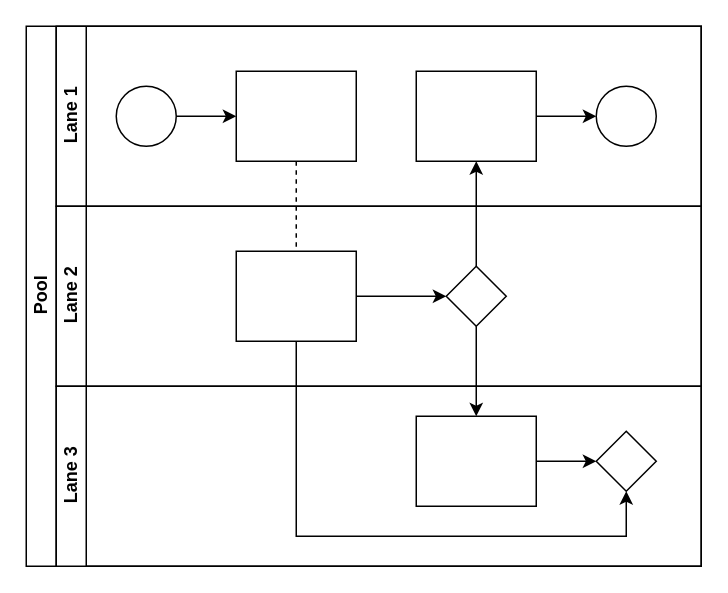
The draw.io diagram Untitled Diagram.drawio in kevinlvhsl/aframe, before the edit. Source tidied: cells renumbered, new cells numbered last; positions are measured from the earlier drawing's top-left corner, leaving out a move shared by most shapes. Both pictures are drawn from the tidied source at 150%, with x=0, y=0 at pixel (26, 26).
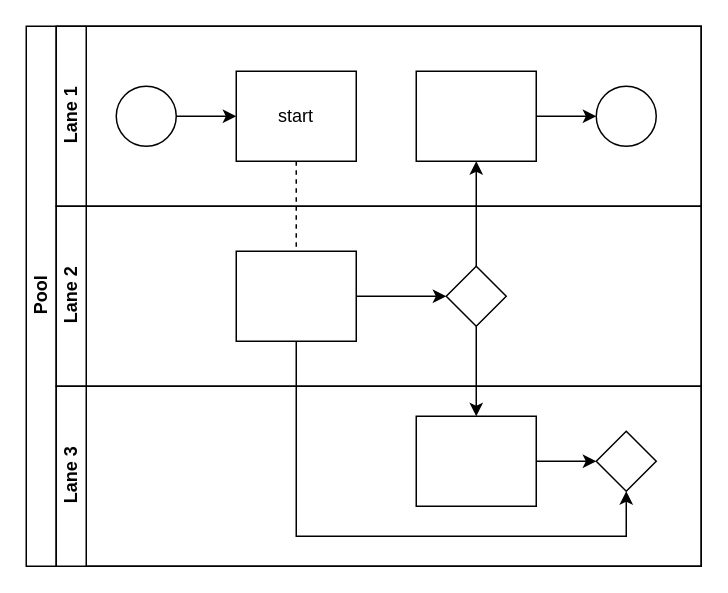
After the change.

The change refers to these unchanged cells:
```xml
<mxCell id="7" value="Lane 1" style="swimlane;html=1;startSize=20;horizontal=0;" parent="2" vertex="1">
  <mxGeometry x="20" width="430" height="120" as="geometry" />
</mxCell>
```

The edit, as a diff of the source:
```diff
@@
-    <mxCell id="10" style="rounded=0;whiteSpace=wrap;html=1;fontFamily=Helvetica;fontSize=12;fontColor=#000000;align=center;" parent="7" vertex="1">
+    <mxCell id="10" value="start" style="rounded=0;whiteSpace=wrap;html=1;fontFamily=Helvetica;fontSize=12;fontColor=#000000;align=center;" parent="7" vertex="1">
       <mxGeometry x="120" y="30" width="80" height="60" as="geometry" />
     </mxCell>
```
